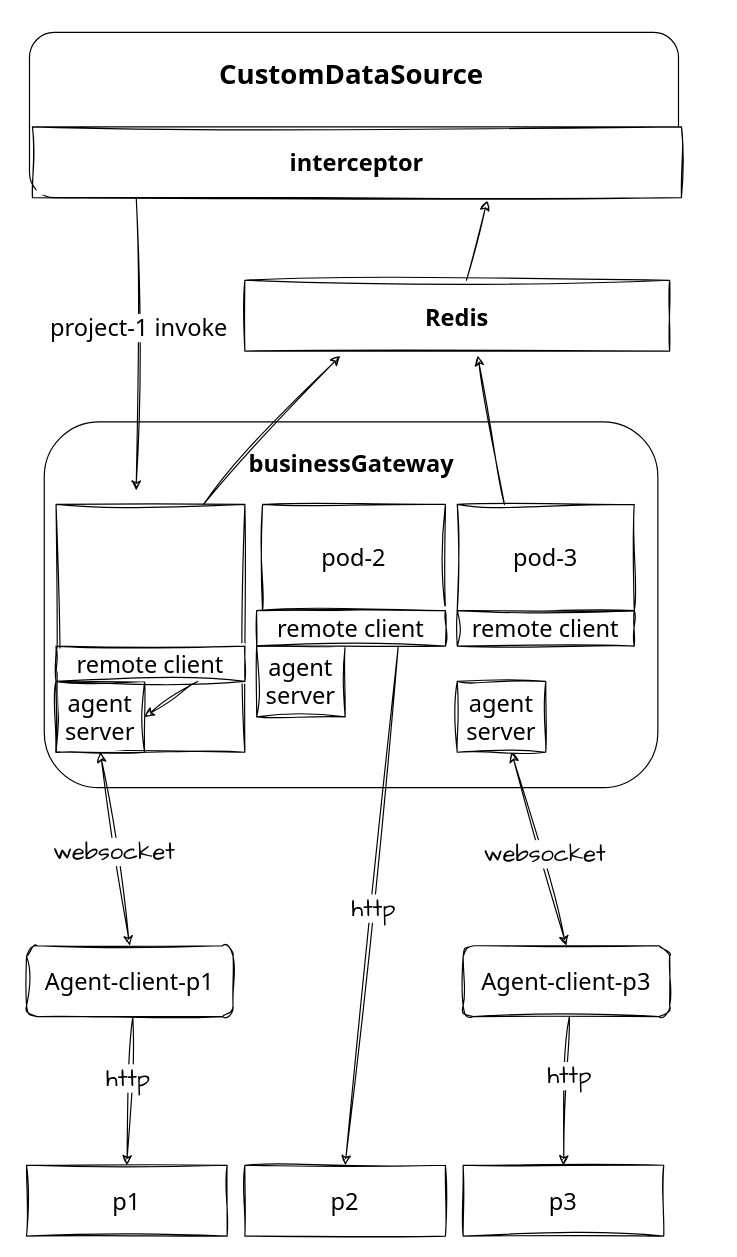
This is 数据源内网方案详细技术流程图.drawio from 876192453/draw, a draw.io file, before an edit. Source tidied: cells renumbered, new cells numbered last; positions are measured from the earlier drawing's top-left corner, leaving out a move shared by most shapes. Both pictures are drawn from the tidied source at 118%, with x=0, y=0 at pixel (26, 20).
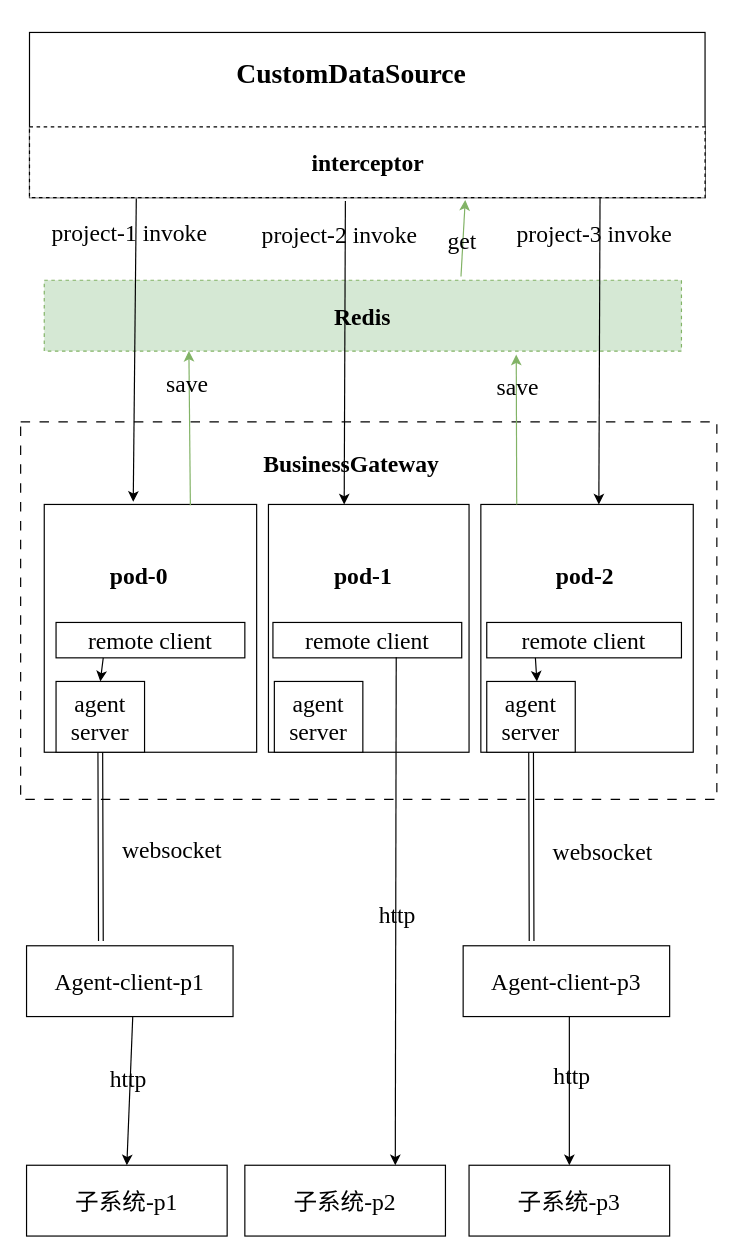
The same diagram, later.

Commit message (it also covers changes not shown here):
更新数据源内网方案详细技术流程图.drawio

The edit, as a diff of the source:
```diff
@@
-    <mxCell id="2" value="&lt;div style=&quot;line-height: 120%;&quot;&gt;&lt;br&gt;&lt;/div&gt;" style="rounded=1;whiteSpace=wrap;html=1;fontSize=12;glass=0;strokeWidth=1;shadow=0;align=center;fontFamily=Tahoma;" parent="1" vertex="1">
-      <mxGeometry x="15" y="340" width="520" height="310" as="geometry" />
+    <mxCell id="2" value="&lt;div style=&quot;line-height: 120%;&quot;&gt;&lt;br&gt;&lt;/div&gt;" style="rounded=0;whiteSpace=wrap;html=1;fontSize=12;glass=0;strokeWidth=1;shadow=0;align=center;fontFamily=Garamond;dashed=1;dashPattern=8 8;labelBackgroundColor=none;" parent="1" vertex="1">
+      <mxGeometry x="-5" y="340" width="590" height="320" as="geometry" />
     </mxCell>
+    <mxCell id="38" style="rounded=0;whiteSpace=wrap;html=1;hachureGap=4;fontFamily=Garamond;fontSize=20;labelBorderColor=#B3B3B3;labelBackgroundColor=none;" parent="1" vertex="1">
+      <mxGeometry x="385" y="410" width="180" height="210" as="geometry" />
+    </mxCell>
+    <mxCell id="39" style="rounded=0;whiteSpace=wrap;html=1;hachureGap=4;fontFamily=Garamond;fontSize=20;labelBorderColor=#B3B3B3;labelBackgroundColor=none;" parent="1" vertex="1">
+      <mxGeometry x="205" y="410" width="170" height="210" as="geometry" />
+    </mxCell>
-    <mxCell id="3" style="rounded=0;whiteSpace=wrap;html=1;sketch=1;hachureGap=4;jiggle=2;curveFitting=1;fontFamily=Architects Daughter;fontSize=20;labelBorderColor=#B3B3B3;" parent="1" vertex="1">
-      <mxGeometry x="25" y="410" width="160" height="210" as="geometry" />
+    <mxCell id="3" style="rounded=0;whiteSpace=wrap;html=1;hachureGap=4;fontFamily=Garamond;fontSize=20;labelBorderColor=#B3B3B3;labelBackgroundColor=none;" parent="1" vertex="1">
+      <mxGeometry x="15" y="410" width="180" height="210" as="geometry" />
     </mxCell>
-    <mxCell id="4" value="&lt;h3&gt;&lt;font style=&quot;font-size: 20px;&quot;&gt;Redis&lt;/font&gt;&lt;/h3&gt;" style="rounded=0;whiteSpace=wrap;html=1;sketch=1;hachureGap=4;jiggle=2;curveFitting=1;fontFamily=Tahoma;fontSize=20;labelBorderColor=none;" parent="1" vertex="1">
-      <mxGeometry x="185" y="220" width="360" height="60" as="geometry" />
+    <mxCell id="4" value="&lt;h3&gt;&lt;font style=&quot;font-size: 20px;&quot;&gt;Redis&lt;/font&gt;&lt;/h3&gt;" style="rounded=0;whiteSpace=wrap;html=1;hachureGap=4;fontFamily=Garamond;fontSize=20;labelBorderColor=none;dashed=1;labelBackgroundColor=none;fillColor=#d5e8d4;strokeColor=#82b366;" parent="1" vertex="1">
+      <mxGeometry x="15" y="220" width="540" height="60" as="geometry" />
     </mxCell>
-    <mxCell id="5" value="pod-2" style="rounded=0;whiteSpace=wrap;html=1;sketch=1;hachureGap=4;jiggle=2;curveFitting=1;fontFamily=Tahoma;fontSize=20;" parent="1" vertex="1">
-      <mxGeometry x="200" y="410" width="155" height="90" as="geometry" />
-    </mxCell>
-    <mxCell id="6" value="pod-3" style="rounded=0;whiteSpace=wrap;html=1;sketch=1;hachureGap=4;jiggle=2;curveFitting=1;fontFamily=Tahoma;fontSize=20;" parent="1" vertex="1">
-      <mxGeometry x="365" y="410" width="150" height="90" as="geometry" />
-    </mxCell>
-    <mxCell id="7" value="&lt;h4&gt;businessGateway&lt;/h4&gt;" style="text;html=1;align=center;verticalAlign=middle;strokeColor=none;fillColor=none;fontSize=20;fontFamily=Tahoma;" parent="1" vertex="1">
+    <mxCell id="7" value="&lt;h4&gt;BusinessGateway&lt;/h4&gt;" style="text;html=1;align=center;verticalAlign=middle;strokeColor=none;fillColor=none;fontSize=20;fontFamily=Garamond;rounded=0;labelBackgroundColor=none;" parent="1" vertex="1">
       <mxGeometry x="175" y="330" width="200" height="90" as="geometry" />
     </mxCell>
-    <mxCell id="8" value="Agent-client-p1" style="rounded=1;whiteSpace=wrap;html=1;sketch=1;hachureGap=4;jiggle=2;curveFitting=1;fontFamily=Tahoma;fontSize=20;" parent="1" vertex="1">
+    <mxCell id="8" value="Agent-client-p1" style="rounded=0;whiteSpace=wrap;html=1;hachureGap=4;fontFamily=Garamond;fontSize=20;labelBackgroundColor=none;" parent="1" vertex="1">
       <mxGeometry y="784" width="175" height="60" as="geometry" />
     </mxCell>
-    <mxCell id="9" style="endArrow=classic;html=1;rounded=0;sketch=1;hachureGap=4;jiggle=2;curveFitting=1;fontFamily=Tahoma;fontSize=16;entryX=0.425;entryY=-0.056;entryDx=0;entryDy=0;exitX=0.175;exitY=1.014;exitDx=0;exitDy=0;exitPerimeter=0;entryPerimeter=0;" parent="1" edge="1">
+    <mxCell id="9" style="endArrow=classic;html=1;rounded=0;hachureGap=4;fontFamily=Garamond;fontSize=16;entryX=0.419;entryY=-0.011;entryDx=0;entryDy=0;exitX=0.175;exitY=1.014;exitDx=0;exitDy=0;exitPerimeter=0;entryPerimeter=0;labelBackgroundColor=none;fontColor=default;" parent="1" edge="1" target="3">
       <mxGeometry relative="1" as="geometry">
         <mxPoint x="93" y="150.8" as="sourcePoint" />
-        <mxPoint x="93" y="398.2" as="targetPoint" />
       </mxGeometry>
     </mxCell>
-    <mxCell id="10" value="project-1 invoke" style="edgeLabel;html=1;align=center;verticalAlign=middle;fontSize=20;fontFamily=Tahoma;" parent="9" vertex="1">
-      <mxGeometry x="-0.12" y="1" relative="1" as="geometry" />
+    <mxCell id="10" value="project-1 invoke" style="edgeLabel;html=1;align=center;verticalAlign=middle;fontSize=20;fontFamily=Garamond;rounded=0;labelBackgroundColor=none;" parent="9" vertex="1">
+      <mxGeometry x="-0.12" y="1" relative="1" as="geometry">
+        <mxPoint x="-6" y="-85" as="offset" />
+      </mxGeometry>
     </mxCell>
-    <mxCell id="11" value="agent server" style="rounded=0;whiteSpace=wrap;html=1;sketch=1;hachureGap=4;jiggle=2;curveFitting=1;fontFamily=Tahoma;fontSize=20;" parent="1" vertex="1">
+    <mxCell id="11" value="agent server" style="rounded=0;whiteSpace=wrap;html=1;hachureGap=4;fontFamily=Garamond;fontSize=20;labelBackgroundColor=none;" parent="1" vertex="1">
       <mxGeometry x="25" y="560" width="75" height="60" as="geometry" />
     </mxCell>
-    <mxCell id="12" value="remote client" style="rounded=0;whiteSpace=wrap;html=1;sketch=1;hachureGap=4;jiggle=2;curveFitting=1;fontFamily=Tahoma;fontSize=20;" parent="1" vertex="1">
-      <mxGeometry x="25" y="530" width="160" height="30" as="geometry" />
+    <mxCell id="12" value="remote client" style="rounded=0;whiteSpace=wrap;html=1;hachureGap=4;fontFamily=Garamond;fontSize=20;labelBackgroundColor=none;" parent="1" vertex="1">
+      <mxGeometry x="25" y="510" width="160" height="30" as="geometry" />
     </mxCell>
-    <mxCell id="13" value="agent server" style="rounded=0;whiteSpace=wrap;html=1;sketch=1;hachureGap=4;jiggle=2;curveFitting=1;fontFamily=Tahoma;fontSize=20;" parent="1" vertex="1">
-      <mxGeometry x="195" y="530" width="75" height="60" as="geometry" />
+    <mxCell id="13" value="agent server" style="rounded=0;whiteSpace=wrap;html=1;hachureGap=4;fontFamily=Garamond;fontSize=20;labelBackgroundColor=none;" parent="1" vertex="1">
+      <mxGeometry x="210" y="560" width="75" height="60" as="geometry" />
     </mxCell>
-    <mxCell id="14" value="remote client" style="rounded=0;whiteSpace=wrap;html=1;sketch=1;hachureGap=4;jiggle=2;curveFitting=1;fontFamily=Tahoma;fontSize=20;" parent="1" vertex="1">
-      <mxGeometry x="195" y="500" width="160" height="30" as="geometry" />
+    <mxCell id="14" value="remote client" style="rounded=0;whiteSpace=wrap;html=1;hachureGap=4;fontFamily=Garamond;fontSize=20;labelBackgroundColor=none;" parent="1" vertex="1">
+      <mxGeometry x="208.8" y="510" width="160" height="30" as="geometry" />
     </mxCell>
-    <mxCell id="15" value="agent server" style="rounded=0;whiteSpace=wrap;html=1;sketch=1;hachureGap=4;jiggle=2;curveFitting=1;fontFamily=Tahoma;fontSize=20;" parent="1" vertex="1">
-      <mxGeometry x="365" y="560" width="75" height="60" as="geometry" />
+    <mxCell id="15" value="agent server" style="rounded=0;whiteSpace=wrap;html=1;hachureGap=4;fontFamily=Garamond;fontSize=20;labelBackgroundColor=none;" parent="1" vertex="1">
+      <mxGeometry x="390" y="560" width="75" height="60" as="geometry" />
     </mxCell>
-    <mxCell id="16" value="remote client" style="rounded=0;whiteSpace=wrap;html=1;sketch=1;hachureGap=4;jiggle=2;curveFitting=1;fontFamily=Tahoma;fontSize=20;" parent="1" vertex="1">
-      <mxGeometry x="365" y="500" width="150" height="30" as="geometry" />
+    <mxCell id="16" value="remote client" style="rounded=0;whiteSpace=wrap;html=1;hachureGap=4;fontFamily=Garamond;fontSize=20;labelBackgroundColor=none;" parent="1" vertex="1">
+      <mxGeometry x="390" y="510" width="165" height="30" as="geometry" />
     </mxCell>
-    <mxCell id="17" value="Agent-client-p3" style="rounded=1;whiteSpace=wrap;html=1;sketch=1;hachureGap=4;jiggle=2;curveFitting=1;fontFamily=Tahoma;fontSize=20;" parent="1" vertex="1">
+    <mxCell id="17" value="Agent-client-p3" style="rounded=0;whiteSpace=wrap;html=1;hachureGap=4;fontFamily=Garamond;fontSize=20;labelBackgroundColor=none;" parent="1" vertex="1">
       <mxGeometry x="370" y="784" width="175" height="60" as="geometry" />
     </mxCell>
-    <mxCell id="18" style="endArrow=classic;startArrow=classic;html=1;rounded=0;sketch=1;hachureGap=4;jiggle=2;curveFitting=1;fontFamily=Tahoma;fontSize=16;exitX=0.5;exitY=0;exitDx=0;exitDy=0;entryX=0.5;entryY=1;entryDx=0;entryDy=0;" parent="1" edge="1" source="8" target="11">
-      <mxGeometry relative="1" as="geometry" />
+    <mxCell id="18" style="endArrow=classic;startArrow=classic;html=1;rounded=0;hachureGap=4;fontFamily=Garamond;fontSize=16;entryX=0.5;entryY=1;entryDx=0;entryDy=0;labelBackgroundColor=none;fontColor=default;shape=link;" parent="1" edge="1" target="11">
+      <mxGeometry relative="1" as="geometry">
+        <mxPoint x="63" y="780" as="sourcePoint" />
+      </mxGeometry>
     </mxCell>
-    <mxCell id="19" value="websocket" style="edgeLabel;html=1;align=center;verticalAlign=middle;fontSize=20;fontFamily=Architects Daughter;" parent="18" vertex="1">
-      <mxGeometry x="-0.01" y="2" relative="1" as="geometry" />
+    <mxCell id="19" value="websocket" style="edgeLabel;html=1;align=center;verticalAlign=middle;fontSize=20;fontFamily=Garamond;rounded=0;labelBackgroundColor=none;" parent="18" vertex="1">
+      <mxGeometry x="-0.01" y="2" relative="1" as="geometry">
+        <mxPoint x="62" as="offset" />
+      </mxGeometry>
     </mxCell>
-    <mxCell id="20" style="endArrow=classic;startArrow=classic;html=1;rounded=0;sketch=1;hachureGap=4;jiggle=2;curveFitting=1;fontFamily=Tahoma;fontSize=16;exitX=0.5;exitY=0;exitDx=0;exitDy=0;" parent="1" edge="1" source="17" target="15">
-      <mxGeometry relative="1" as="geometry" />
+    <mxCell id="20" style="endArrow=classic;startArrow=classic;html=1;rounded=0;hachureGap=4;fontFamily=Garamond;fontSize=16;labelBackgroundColor=none;fontColor=default;shape=link;" parent="1" edge="1" target="15">
+      <mxGeometry relative="1" as="geometry">
+        <mxPoint x="428" y="780" as="sourcePoint" />
+      </mxGeometry>
     </mxCell>
-    <mxCell id="21" value="websocket" style="edgeLabel;html=1;align=center;verticalAlign=middle;fontSize=20;fontFamily=Architects Daughter;" parent="20" vertex="1">
-      <mxGeometry x="-0.05" y="-3" relative="1" as="geometry" />
+    <mxCell id="21" value="websocket" style="edgeLabel;html=1;align=center;verticalAlign=middle;fontSize=20;fontFamily=Garamond;rounded=0;labelBackgroundColor=none;" parent="20" vertex="1">
+      <mxGeometry x="-0.05" y="-3" relative="1" as="geometry">
+        <mxPoint x="57" as="offset" />
+      </mxGeometry>
     </mxCell>
-    <mxCell id="22" style="endArrow=classic;html=1;rounded=0;sketch=1;hachureGap=4;jiggle=2;curveFitting=1;fontFamily=Tahoma;fontSize=16;entryX=0.548;entryY=1.067;entryDx=0;entryDy=0;entryPerimeter=0;" parent="1" edge="1" target="4">
+    <mxCell id="22" style="endArrow=classic;html=1;rounded=0;hachureGap=4;fontFamily=Garamond;fontSize=16;entryX=0.703;entryY=1.05;entryDx=0;entryDy=0;entryPerimeter=0;labelBackgroundColor=none;fontColor=default;fillColor=#d5e8d4;strokeColor=#82b366;" parent="1" edge="1">
       <mxGeometry relative="1" as="geometry">
-        <mxPoint x="405" y="410" as="sourcePoint" />
+        <mxPoint x="415.4" y="410" as="sourcePoint" />
+        <mxPoint x="415" y="283" as="targetPoint" />
       </mxGeometry>
     </mxCell>
+    <mxCell id="40" value="save" style="edgeLabel;html=1;align=center;verticalAlign=middle;fontSize=20;fontFamily=Garamond;rounded=0;labelBackgroundColor=none;" parent="22" vertex="1">
+      <mxGeometry x="0.61" relative="1" as="geometry">
+        <mxPoint y="1" as="offset" />
+      </mxGeometry>
+    </mxCell>
-    <mxCell id="23" style="endArrow=classic;html=1;rounded=0;sketch=1;hachureGap=4;jiggle=2;curveFitting=1;fontFamily=Tahoma;fontSize=16;entryX=0.224;entryY=1.067;entryDx=0;entryDy=0;entryPerimeter=0;" parent="1" edge="1" target="4">
-      <mxGeometry relative="1" as="geometry">
-        <mxPoint x="150" y="410" as="sourcePoint" />
-      </mxGeometry>
+    <mxCell id="23" style="endArrow=classic;html=1;rounded=0;hachureGap=4;fontFamily=Garamond;fontSize=16;entryX=0.227;entryY=0.999;entryDx=0;entryDy=0;entryPerimeter=0;exitX=0.688;exitY=0.003;exitDx=0;exitDy=0;exitPerimeter=0;labelBackgroundColor=none;fontColor=default;fillColor=#d5e8d4;strokeColor=#82b366;" parent="1" edge="1" source="3" target="4">
+      <mxGeometry relative="1" as="geometry" />
     </mxCell>
+    <mxCell id="41" value="save" style="edgeLabel;html=1;align=center;verticalAlign=middle;fontSize=20;fontFamily=Garamond;rounded=0;labelBackgroundColor=none;" parent="23" vertex="1">
+      <mxGeometry x="0.6" y="2" relative="1" as="geometry">
+        <mxPoint y="1" as="offset" />
+      </mxGeometry>
+    </mxCell>
-    <mxCell id="24" style="endArrow=classic;html=1;rounded=0;sketch=1;hachureGap=4;jiggle=2;curveFitting=1;fontFamily=Tahoma;fontSize=16;entryX=0.706;entryY=1.043;entryDx=0;entryDy=0;entryPerimeter=0;" parent="1" edge="1" source="4">
-      <mxGeometry relative="1" as="geometry">
-        <mxPoint x="390.4" y="152.6" as="targetPoint" />
-      </mxGeometry>
+    <mxCell id="24" style="endArrow=classic;html=1;rounded=0;hachureGap=4;fontFamily=Garamond;fontSize=16;exitX=0.654;exitY=-0.053;exitDx=0;exitDy=0;exitPerimeter=0;labelBackgroundColor=none;fontColor=default;fillColor=#d5e8d4;strokeColor=#82b366;entryX=0.645;entryY=1.033;entryDx=0;entryDy=0;entryPerimeter=0;" parent="1" edge="1" source="4" target="29">
+      <mxGeometry relative="1" as="geometry" />
     </mxCell>
+    <mxCell id="42" value="get" style="edgeLabel;html=1;align=center;verticalAlign=middle;fontSize=20;fontFamily=Garamond;rounded=0;labelBackgroundColor=none;" parent="24" vertex="1">
+      <mxGeometry x="-0.05" y="1" relative="1" as="geometry" />
+    </mxCell>
-    <mxCell id="25" value="p1" style="rounded=0;whiteSpace=wrap;html=1;sketch=1;hachureGap=4;jiggle=2;curveFitting=1;fontFamily=Tahoma;fontSize=20;" parent="1" vertex="1">
+    <mxCell id="25" value="子系统-p1" style="rounded=0;whiteSpace=wrap;html=1;hachureGap=4;fontFamily=Garamond;fontSize=20;labelBackgroundColor=none;" parent="1" vertex="1">
       <mxGeometry y="970" width="170" height="60" as="geometry" />
     </mxCell>
-    <mxCell id="26" value="p3" style="rounded=0;whiteSpace=wrap;html=1;sketch=1;hachureGap=4;jiggle=2;curveFitting=1;fontFamily=Tahoma;fontSize=20;" parent="1" vertex="1">
-      <mxGeometry x="370" y="970" width="170" height="60" as="geometry" />
+    <mxCell id="26" value="子系统-p3" style="rounded=0;whiteSpace=wrap;html=1;hachureGap=4;fontFamily=Garamond;fontSize=20;labelBackgroundColor=none;" parent="1" vertex="1">
+      <mxGeometry x="375" y="970" width="170" height="60" as="geometry" />
     </mxCell>
-    <mxCell id="27" value="&lt;h3&gt;&lt;br&gt;&lt;/h3&gt;" style="rounded=1;whiteSpace=wrap;html=1;fontSize=12;glass=0;strokeWidth=1;shadow=0;fontFamily=Tahoma;" parent="1" vertex="1">
-      <mxGeometry x="2.5" y="10" width="550" height="140" as="geometry" />
+    <mxCell id="27" value="&lt;h3&gt;&lt;br&gt;&lt;/h3&gt;" style="rounded=0;whiteSpace=wrap;html=1;fontSize=12;glass=0;strokeWidth=1;shadow=0;fontFamily=Garamond;labelBackgroundColor=none;" parent="1" vertex="1">
+      <mxGeometry x="2.5" y="10" width="572.5" height="140" as="geometry" />
     </mxCell>
-    <mxCell id="28" value="p2" style="rounded=0;whiteSpace=wrap;html=1;sketch=1;hachureGap=4;jiggle=2;curveFitting=1;fontFamily=Tahoma;fontSize=20;" parent="1" vertex="1">
+    <mxCell id="28" value="子系统-p2" style="rounded=0;whiteSpace=wrap;html=1;hachureGap=4;fontFamily=Garamond;fontSize=20;labelBackgroundColor=none;" parent="1" vertex="1">
       <mxGeometry x="185" y="970" width="170" height="60" as="geometry" />
     </mxCell>
-    <mxCell id="29" value="&lt;h4&gt;interceptor&lt;/h4&gt;" style="rounded=0;whiteSpace=wrap;html=1;sketch=1;hachureGap=4;jiggle=2;curveFitting=1;fontFamily=Tahoma;fontSize=20;" parent="1" vertex="1">
-      <mxGeometry x="5" y="90" width="550" height="60" as="geometry" />
+    <mxCell id="29" value="&lt;h4&gt;interceptor&lt;/h4&gt;" style="rounded=0;whiteSpace=wrap;html=1;hachureGap=4;fontFamily=Garamond;fontSize=20;labelBackgroundColor=none;dashed=1;" parent="1" vertex="1">
+      <mxGeometry x="2.5" y="90" width="572.5" height="60" as="geometry" />
     </mxCell>
-    <mxCell id="30" value="&lt;h3&gt;CustomDataSource&lt;/h3&gt;" style="text;html=1;align=center;verticalAlign=middle;strokeColor=none;fillColor=none;fontSize=20;fontFamily=Tahoma;" parent="1" vertex="1">
+    <mxCell id="30" value="&lt;h3&gt;CustomDataSource&lt;/h3&gt;" style="text;html=1;align=center;verticalAlign=middle;strokeColor=none;fillColor=none;fontSize=20;fontFamily=Garamond;rounded=0;labelBackgroundColor=none;" parent="1" vertex="1">
       <mxGeometry x="150" width="250" height="90" as="geometry" />
     </mxCell>
-    <mxCell id="31" style="endArrow=classic;html=1;rounded=0;sketch=1;hachureGap=4;jiggle=2;curveFitting=1;fontFamily=Tahoma;fontSize=16;entryX=0.5;entryY=0;entryDx=0;entryDy=0;exitX=0.75;exitY=1;exitDx=0;exitDy=0;" parent="1" edge="1" source="14" target="28">
+    <mxCell id="31" style="endArrow=classic;html=1;rounded=0;hachureGap=4;fontFamily=Garamond;fontSize=16;entryX=0.75;entryY=0;entryDx=0;entryDy=0;labelBackgroundColor=none;fontColor=default;exitX=0.653;exitY=0.983;exitDx=0;exitDy=0;exitPerimeter=0;" parent="1" edge="1" source="14" target="28">
       <mxGeometry relative="1" as="geometry" />
     </mxCell>
-    <mxCell id="32" value="http" style="edgeLabel;html=1;align=center;verticalAlign=middle;fontSize=20;fontFamily=Architects Daughter;" parent="31" vertex="1">
+    <mxCell id="32" value="http" style="edgeLabel;html=1;align=center;verticalAlign=middle;fontSize=20;fontFamily=Garamond;rounded=0;labelBackgroundColor=none;" parent="31" vertex="1">
       <mxGeometry x="0.01" y="1" relative="1" as="geometry" />
     </mxCell>
-    <mxCell id="33" style="endArrow=classic;html=1;rounded=0;sketch=1;hachureGap=4;jiggle=2;curveFitting=1;fontFamily=Tahoma;fontSize=16;entryX=0.5;entryY=0;entryDx=0;entryDy=0;" parent="1" edge="1" target="25">
+    <mxCell id="33" style="endArrow=classic;html=1;rounded=0;hachureGap=4;fontFamily=Garamond;fontSize=16;entryX=0.5;entryY=0;entryDx=0;entryDy=0;labelBackgroundColor=none;fontColor=default;" parent="1" edge="1" target="25">
       <mxGeometry relative="1" as="geometry">
         <mxPoint x="90" y="844" as="sourcePoint" />
       </mxGeometry>
     </mxCell>
-    <mxCell id="34" value="http" style="edgeLabel;html=1;align=center;verticalAlign=middle;fontSize=20;fontFamily=Architects Daughter;" parent="33" vertex="1">
+    <mxCell id="34" value="http" style="edgeLabel;html=1;align=center;verticalAlign=middle;fontSize=20;fontFamily=Garamond;rounded=0;labelBackgroundColor=none;" parent="33" vertex="1">
       <mxGeometry x="-0.17" y="-2" relative="1" as="geometry" />
     </mxCell>
-    <mxCell id="35" style="endArrow=classic;html=1;rounded=0;sketch=1;hachureGap=4;jiggle=2;curveFitting=1;fontFamily=Tahoma;fontSize=16;entryX=0.5;entryY=0;entryDx=0;entryDy=0;" parent="1" edge="1" target="26">
+    <mxCell id="35" style="endArrow=classic;html=1;rounded=0;hachureGap=4;fontFamily=Garamond;fontSize=16;entryX=0.5;entryY=0;entryDx=0;entryDy=0;labelBackgroundColor=none;fontColor=default;" parent="1" edge="1" target="26">
       <mxGeometry relative="1" as="geometry">
         <mxPoint x="460" y="844" as="sourcePoint" />
       </mxGeometry>
     </mxCell>
-    <mxCell id="36" value="http" style="edgeLabel;html=1;align=center;verticalAlign=middle;fontSize=20;fontFamily=Architects Daughter;" parent="35" vertex="1">
+    <mxCell id="36" value="http" style="edgeLabel;html=1;align=center;verticalAlign=middle;fontSize=20;fontFamily=Garamond;rounded=0;labelBackgroundColor=none;" parent="35" vertex="1">
       <mxGeometry x="-0.23" y="1" relative="1" as="geometry" />
     </mxCell>
-    <mxCell id="37" style="endArrow=classic;html=1;rounded=0;sketch=1;hachureGap=4;jiggle=2;curveFitting=1;fontFamily=Architects Daughter;fontSize=16;entryX=1;entryY=0.5;entryDx=0;entryDy=0;exitX=0.75;exitY=1;exitDx=0;exitDy=0;" parent="1" edge="1" source="12" target="11">
+    <mxCell id="37" style="endArrow=classic;html=1;rounded=0;hachureGap=4;fontFamily=Garamond;fontSize=16;entryX=0.5;entryY=0;entryDx=0;entryDy=0;exitX=0.25;exitY=1;exitDx=0;exitDy=0;labelBackgroundColor=none;fontColor=default;" parent="1" edge="1" source="12" target="11">
       <mxGeometry relative="1" as="geometry" />
     </mxCell>
+    <mxCell id="43" value="pod-0" style="text;html=1;align=center;verticalAlign=middle;strokeColor=none;fillColor=none;fontSize=20;fontFamily=Garamond;fontStyle=1;rounded=0;labelBackgroundColor=none;" parent="1" vertex="1">
+      <mxGeometry x="55" y="450" width="80" height="40" as="geometry" />
+    </mxCell>
+    <mxCell id="44" value="pod-1" style="text;html=1;align=center;verticalAlign=middle;strokeColor=none;fillColor=none;fontSize=20;fontFamily=Garamond;fontStyle=1;rounded=0;labelBackgroundColor=none;" parent="1" vertex="1">
+      <mxGeometry x="245" y="450" width="80" height="40" as="geometry" />
+    </mxCell>
+    <mxCell id="5" value="pod-2" style="text;html=1;align=center;verticalAlign=middle;strokeColor=none;fillColor=none;fontSize=20;fontFamily=Garamond;fontStyle=1;rounded=0;labelBackgroundColor=none;" parent="1" vertex="1">
+      <mxGeometry x="432.5" y="450" width="80" height="40" as="geometry" />
+    </mxCell>
+    <mxCell id="45" style="endArrow=classic;html=1;rounded=0;hachureGap=4;fontFamily=Garamond;fontSize=16;entryX=0.419;entryY=-0.011;entryDx=0;entryDy=0;exitX=0.175;exitY=1.014;exitDx=0;exitDy=0;exitPerimeter=0;entryPerimeter=0;labelBackgroundColor=none;fontColor=default;" parent="1" edge="1">
+      <mxGeometry relative="1" as="geometry">
+        <mxPoint x="270.2" y="152.8" as="sourcePoint" />
+        <mxPoint x="269.2" y="410" as="targetPoint" />
+      </mxGeometry>
+    </mxCell>
+    <mxCell id="46" value="project-2 invoke" style="edgeLabel;html=1;align=center;verticalAlign=middle;fontSize=20;fontFamily=Garamond;rounded=0;labelBackgroundColor=none;" parent="45" vertex="1">
+      <mxGeometry x="-0.12" y="1" relative="1" as="geometry">
+        <mxPoint x="-6" y="-85" as="offset" />
+      </mxGeometry>
+    </mxCell>
+    <mxCell id="47" style="endArrow=classic;html=1;rounded=0;hachureGap=4;fontFamily=Garamond;fontSize=16;exitX=0.175;exitY=1.014;exitDx=0;exitDy=0;exitPerimeter=0;labelBackgroundColor=none;fontColor=default;" parent="1" edge="1">
+      <mxGeometry relative="1" as="geometry">
+        <mxPoint x="486" y="150" as="sourcePoint" />
+        <mxPoint x="485" y="410" as="targetPoint" />
+      </mxGeometry>
+    </mxCell>
+    <mxCell id="48" value="project-3 invoke" style="edgeLabel;html=1;align=center;verticalAlign=middle;fontSize=20;fontFamily=Garamond;rounded=0;labelBackgroundColor=none;" parent="47" vertex="1">
+      <mxGeometry x="-0.12" y="1" relative="1" as="geometry">
+        <mxPoint x="-6" y="-85" as="offset" />
+      </mxGeometry>
+    </mxCell>
+    <mxCell id="49" style="endArrow=classic;html=1;rounded=0;hachureGap=4;fontFamily=Garamond;fontSize=16;entryX=1;entryY=0.5;entryDx=0;entryDy=0;exitX=0.25;exitY=1;exitDx=0;exitDy=0;labelBackgroundColor=none;fontColor=default;" parent="1" edge="1" source="16">
+      <mxGeometry relative="1" as="geometry">
+        <mxPoint x="432.5" y="560" as="targetPoint" />
+      </mxGeometry>
+    </mxCell>
```
